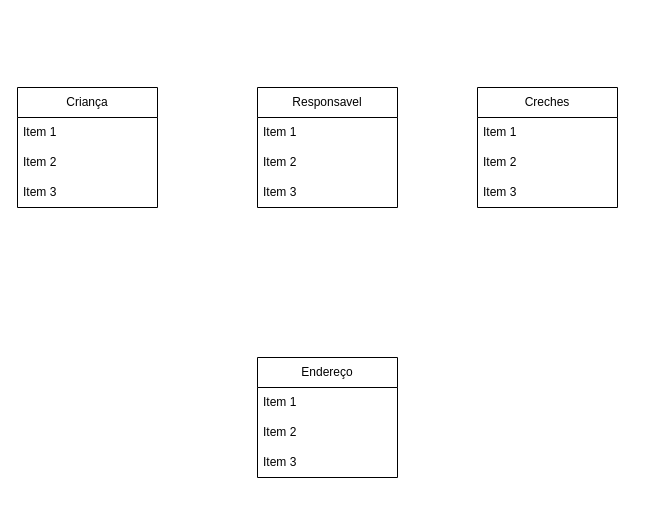
Above: DiagramaCreches.drawio in llucassilva/DiagramaCreches (draw.io), before the change. Source tidied: cells renumbered, new cells numbered last; positions are measured from the earlier drawing's top-left corner, leaving out a move shared by most shapes. Both pictures are drawn from the tidied source at 100%, with x=0, y=0 at pixel (17, 87).
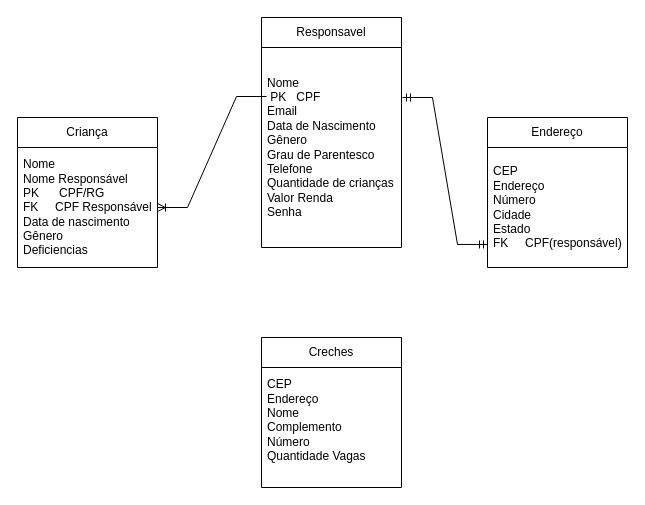
The same diagram, later.

Diff of the diagram source:
```diff
@@
 <mxGraphModel>
   <root>
     <mxCell id="0" />
     <mxCell id="1" parent="0" />
     <mxCell id="2" value="Criança" style="swimlane;fontStyle=0;horizontal=1;startSize=30;whiteSpace=wrap;html=1;" parent="1" vertex="1">
-      <mxGeometry width="140" height="120" as="geometry" />
+      <mxGeometry y="30" width="140" height="150" as="geometry" />
     </mxCell>
-    <mxCell id="3" value="Item 1" style="text;strokeColor=none;fillColor=none;align=left;verticalAlign=middle;spacingLeft=4;spacingRight=4;overflow=hidden;points=[[0,0.5],[1,0.5]];portConstraint=eastwest;whiteSpace=wrap;html=1;" parent="2" vertex="1">
-      <mxGeometry y="30" width="140" height="30" as="geometry" />
+    <mxCell id="3" value="Nome&lt;div&gt;Nome Responsável&lt;/div&gt;&lt;div&gt;PK&amp;nbsp; &amp;nbsp; &amp;nbsp; CPF/RG&lt;/div&gt;&lt;div&gt;FK&amp;nbsp; &amp;nbsp; &amp;nbsp;CPF Responsável&lt;/div&gt;&lt;div&gt;Data de nascimento&lt;/div&gt;&lt;div&gt;Gênero&lt;br&gt;Deficiencias&lt;/div&gt;" style="text;strokeColor=none;fillColor=none;align=left;verticalAlign=middle;spacingLeft=4;spacingRight=4;overflow=hidden;points=[[0,0.5],[1,0.5]];portConstraint=eastwest;whiteSpace=wrap;html=1;" parent="2" vertex="1">
+      <mxGeometry y="30" width="140" height="120" as="geometry" />
     </mxCell>
-    <mxCell id="4" value="Item 2" style="text;strokeColor=none;fillColor=none;align=left;verticalAlign=middle;spacingLeft=4;spacingRight=4;overflow=hidden;whiteSpace=wrap;html=1;" parent="2" vertex="1">
-      <mxGeometry y="60" width="140" height="30" as="geometry" />
-    </mxCell>
-    <mxCell id="5" value="Item 3" style="text;strokeColor=none;fillColor=none;align=left;verticalAlign=middle;spacingLeft=4;spacingRight=4;overflow=hidden;whiteSpace=wrap;html=1;" parent="2" vertex="1">
-      <mxGeometry y="90" width="140" height="30" as="geometry" />
-    </mxCell>
     <mxCell id="6" value="Responsavel" style="swimlane;fontStyle=0;horizontal=1;startSize=30;whiteSpace=wrap;html=1;" parent="1" vertex="1">
-      <mxGeometry x="240" width="140" height="120" as="geometry" />
+      <mxGeometry x="244" y="-70" width="140" height="230" as="geometry" />
     </mxCell>
-    <mxCell id="7" value="Item 1" style="text;strokeColor=none;fillColor=none;align=left;verticalAlign=middle;spacingLeft=4;spacingRight=4;overflow=hidden;whiteSpace=wrap;html=1;" parent="6" vertex="1">
-      <mxGeometry y="30" width="140" height="30" as="geometry" />
-    </mxCell>
-    <mxCell id="8" value="Item 2" style="text;strokeColor=none;fillColor=none;align=left;verticalAlign=middle;spacingLeft=4;spacingRight=4;overflow=hidden;points=[[0,0.5],[1,0.5]];portConstraint=eastwest;whiteSpace=wrap;html=1;" parent="6" vertex="1">
-      <mxGeometry y="60" width="140" height="30" as="geometry" />
+    <mxCell id="8" value="Nome&lt;br&gt;&amp;nbsp;PK&amp;nbsp; &amp;nbsp;CPF&lt;div&gt;&lt;div&gt;Email&lt;/div&gt;&lt;div&gt;Data de Nascimento&lt;br&gt;Gênero&lt;br&gt;Grau de Parentesco&lt;/div&gt;&lt;div&gt;Telefone&lt;br&gt;Quantidade de crianças&lt;/div&gt;&lt;div&gt;Valor Renda&lt;/div&gt;&lt;div&gt;Senha&lt;/div&gt;&lt;/div&gt;" style="text;strokeColor=none;fillColor=none;align=left;verticalAlign=middle;spacingLeft=4;spacingRight=4;overflow=hidden;points=[[0,0.5],[1,0.5]];portConstraint=eastwest;whiteSpace=wrap;html=1;" parent="6" vertex="1">
+      <mxGeometry y="30" width="140" height="200" as="geometry" />
     </mxCell>
-    <mxCell id="9" value="Item 3" style="text;strokeColor=none;fillColor=none;align=left;verticalAlign=middle;spacingLeft=4;spacingRight=4;overflow=hidden;whiteSpace=wrap;html=1;" parent="6" vertex="1">
-      <mxGeometry y="90" width="140" height="30" as="geometry" />
-    </mxCell>
     <mxCell id="10" value="Creches" style="swimlane;fontStyle=0;horizontal=1;startSize=30;whiteSpace=wrap;html=1;" parent="1" vertex="1">
-      <mxGeometry x="460" width="140" height="120" as="geometry" />
+      <mxGeometry x="244" y="250" width="140" height="150" as="geometry" />
     </mxCell>
-    <mxCell id="11" value="Item 1" style="text;strokeColor=none;fillColor=none;align=left;verticalAlign=middle;spacingLeft=4;spacingRight=4;overflow=hidden;whiteSpace=wrap;html=1;" parent="10" vertex="1">
-      <mxGeometry y="30" width="140" height="30" as="geometry" />
+    <mxCell id="11" value="CEP&lt;div&gt;Endereço&lt;/div&gt;&lt;div&gt;Nome&lt;/div&gt;&lt;div&gt;Complemento&lt;br&gt;Número&lt;/div&gt;&lt;div&gt;Quantidade Vagas&lt;br&gt;&lt;br&gt;&lt;/div&gt;" style="text;strokeColor=none;fillColor=none;align=left;verticalAlign=middle;spacingLeft=4;spacingRight=4;overflow=hidden;whiteSpace=wrap;html=1;" parent="10" vertex="1">
+      <mxGeometry y="30" width="140" height="120" as="geometry" />
     </mxCell>
-    <mxCell id="12" value="Item 2" style="text;strokeColor=none;fillColor=none;align=left;verticalAlign=middle;spacingLeft=4;spacingRight=4;overflow=hidden;whiteSpace=wrap;html=1;" parent="10" vertex="1">
-      <mxGeometry y="60" width="140" height="30" as="geometry" />
-    </mxCell>
-    <mxCell id="13" value="Item 3" style="text;strokeColor=none;fillColor=none;align=left;verticalAlign=middle;spacingLeft=4;spacingRight=4;overflow=hidden;whiteSpace=wrap;html=1;" parent="10" vertex="1">
-      <mxGeometry y="90" width="140" height="30" as="geometry" />
-    </mxCell>
     <mxCell id="14" value="Endereço" style="swimlane;fontStyle=0;horizontal=1;startSize=30;whiteSpace=wrap;html=1;" parent="1" vertex="1">
-      <mxGeometry x="240" y="270" width="140" height="120" as="geometry" />
+      <mxGeometry x="470" y="30" width="140" height="150" as="geometry" />
     </mxCell>
-    <mxCell id="15" value="Item 1" style="text;strokeColor=none;fillColor=none;align=left;verticalAlign=middle;spacingLeft=4;spacingRight=4;overflow=hidden;points=[[0,0.5],[1,0.5]];portConstraint=eastwest;whiteSpace=wrap;html=1;" parent="14" vertex="1">
-      <mxGeometry y="30" width="140" height="30" as="geometry" />
+    <mxCell id="15" value="CEP&lt;br&gt;Endereço&lt;br&gt;Número&lt;br&gt;Cidade&lt;br&gt;Estado&lt;div&gt;FK&amp;nbsp; &amp;nbsp; &amp;nbsp;CPF(responsável)&lt;/div&gt;" style="text;strokeColor=none;fillColor=none;align=left;verticalAlign=middle;spacingLeft=4;spacingRight=4;overflow=hidden;points=[[0,0.5],[1,0.5]];portConstraint=eastwest;whiteSpace=wrap;html=1;" parent="14" vertex="1">
+      <mxGeometry y="30" width="140" height="120" as="geometry" />
     </mxCell>
-    <mxCell id="16" value="Item 2" style="text;strokeColor=none;fillColor=none;align=left;verticalAlign=middle;spacingLeft=4;spacingRight=4;overflow=hidden;whiteSpace=wrap;html=1;" parent="14" vertex="1">
-      <mxGeometry y="60" width="140" height="30" as="geometry" />
-    </mxCell>
-    <mxCell id="17" value="Item 3" style="text;strokeColor=none;fillColor=none;align=left;verticalAlign=middle;spacingLeft=4;spacingRight=4;overflow=hidden;whiteSpace=wrap;html=1;" parent="14" vertex="1">
-      <mxGeometry y="90" width="140" height="30" as="geometry" />
-    </mxCell>
+    <mxCell id="18" style="edgeStyle=entityRelationEdgeStyle;fontSize=12;html=1;endArrow=ERoneToMany;rounded=0;entryX=1;entryY=0.5;entryDx=0;entryDy=0;exitX=0.036;exitY=0.245;exitDx=0;exitDy=0;exitPerimeter=0;" parent="1" edge="1" source="8" target="3">
+      <mxGeometry relative="1" as="geometry" />
+    </mxCell>
+    <mxCell id="19" style="edgeStyle=entityRelationEdgeStyle;fontSize=12;html=1;endArrow=ERmandOne;startArrow=ERmandOne;rounded=0;entryX=0;entryY=0.808;entryDx=0;entryDy=0;entryPerimeter=0;exitX=1.007;exitY=0.25;exitDx=0;exitDy=0;exitPerimeter=0;" parent="1" edge="1" source="8" target="15">
+      <mxGeometry relative="1" as="geometry">
+        <Array as="points">
+          <mxPoint x="300" y="10" />
+        </Array>
+      </mxGeometry>
+    </mxCell>
   </root>
 </mxGraphModel>
```
